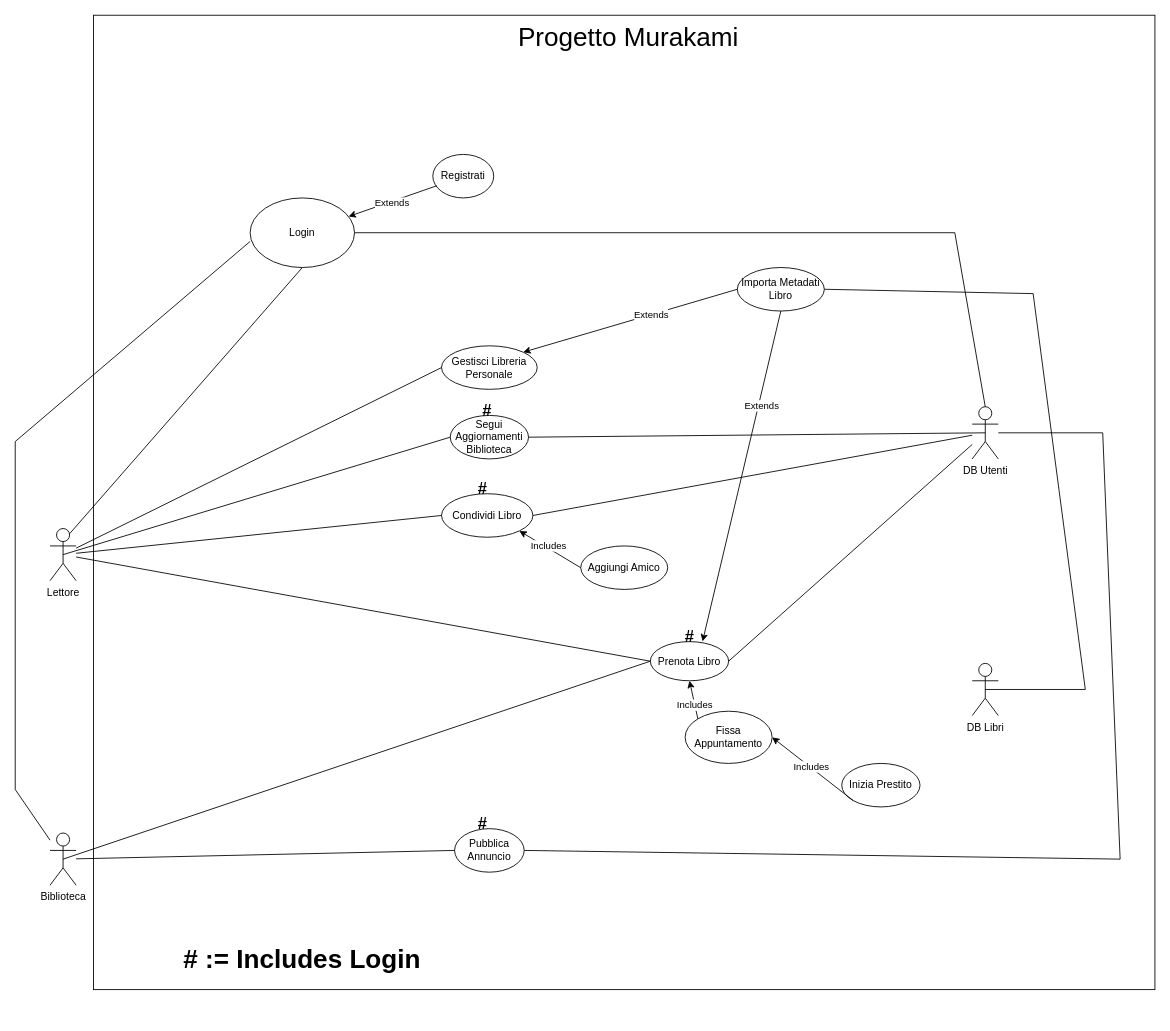
Above: page "UC Diagram Attuale" (1 of 2) of Casi d'uso/Diagrammi/Diagramma casi d'uso.drawio in Tom-n7/progettoMurakami (draw.io), before the change. Source tidied: cells renumbered, new cells numbered last; positions are measured from the earlier drawing's top-left corner, leaving out a move shared by most shapes. Both pictures are drawn from the tidied source at 87%, with x=0, y=0 at pixel (15, 15).
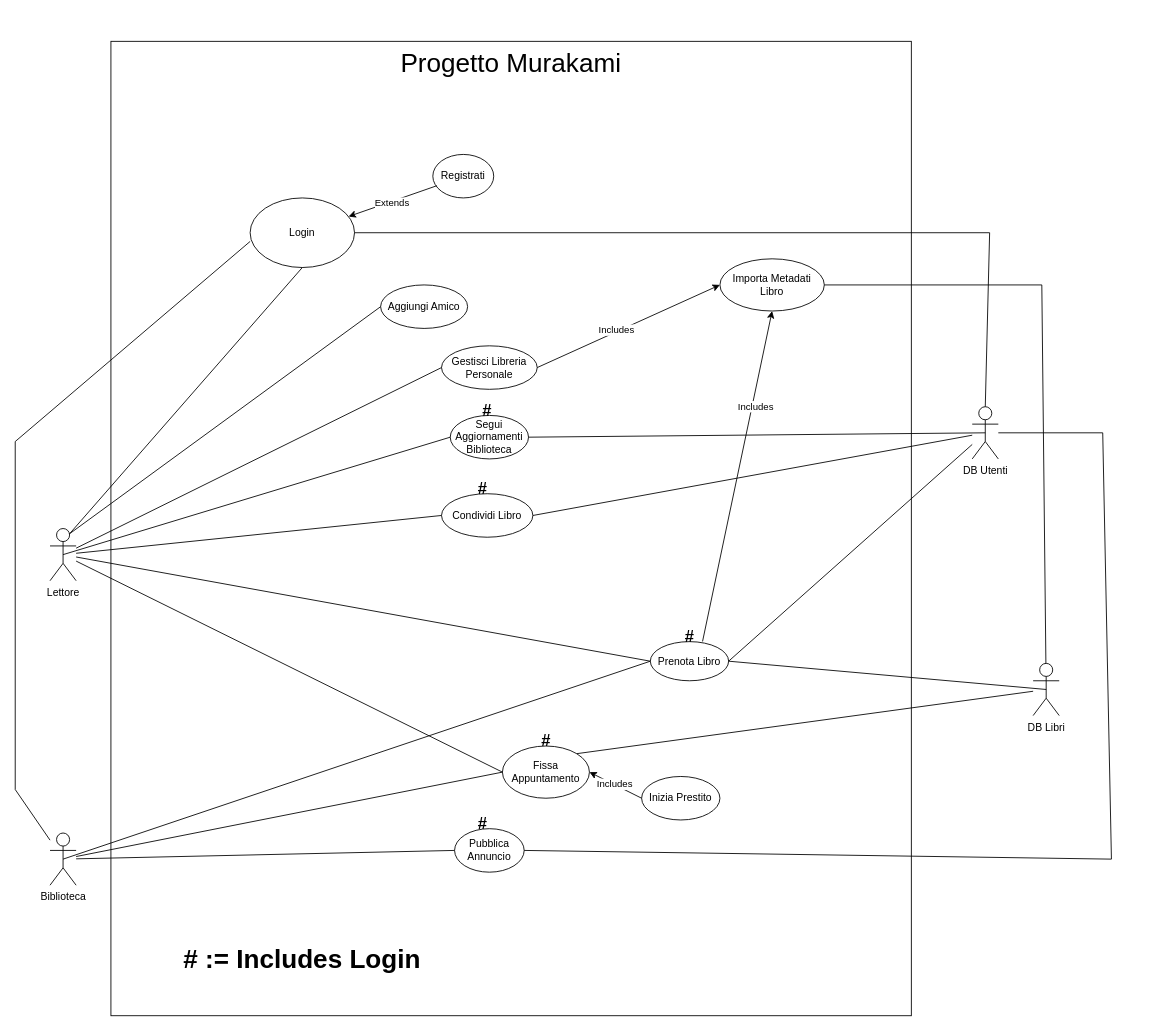
The same diagram, later.

Unchanged cells that the change refers to:
```xml
<mxCell id="3" value="&lt;div&gt;Lettore&lt;/div&gt;&lt;div&gt;&lt;br&gt;&lt;/div&gt;" style="shape=umlActor;verticalLabelPosition=bottom;verticalAlign=top;html=1;outlineConnect=0;" parent="1" vertex="1">
  <mxGeometry x="40" y="590" width="30" height="60" as="geometry" />
</mxCell>
<mxCell id="5" value="Biblioteca" style="shape=umlActor;verticalLabelPosition=bottom;verticalAlign=top;html=1;outlineConnect=0;" parent="1" vertex="1">
  <mxGeometry x="40" y="940" width="30" height="60" as="geometry" />
</mxCell>
<mxCell id="6" value="DB Utenti" style="shape=umlActor;verticalLabelPosition=bottom;verticalAlign=top;html=1;outlineConnect=0;" parent="1" vertex="1">
  <mxGeometry x="1100" y="450" width="30" height="60" as="geometry" />
</mxCell>
<mxCell id="7" value="&lt;font&gt;Gestisci Libreria Personale&lt;/font&gt;" style="ellipse;whiteSpace=wrap;html=1;" parent="1" vertex="1">
  <mxGeometry x="490" y="380" width="110" height="50" as="geometry" />
</mxCell>
<mxCell id="12" value="Condividi Libro" style="ellipse;whiteSpace=wrap;html=1;" parent="1" vertex="1">
  <mxGeometry x="490" y="550" width="105" height="50" as="geometry" />
</mxCell>
<mxCell id="22" value="Prenota Libro" style="ellipse;whiteSpace=wrap;html=1;" parent="1" vertex="1">
  <mxGeometry x="730" y="720" width="90" height="45" as="geometry" />
</mxCell>
<mxCell id="32" value="Pubblica Annuncio" style="ellipse;whiteSpace=wrap;html=1;" parent="1" vertex="1">
  <mxGeometry x="505" y="935" width="80" height="50" as="geometry" />
</mxCell>
<mxCell id="35" value="Login" style="ellipse;whiteSpace=wrap;html=1;" parent="1" vertex="1">
  <mxGeometry x="270" y="210" width="120" height="80" as="geometry" />
</mxCell>
```

What changed in the source:
```diff
@@
     <mxCell id="2" style="rounded=0;whiteSpace=wrap;html=1;" parent="1" vertex="1">
-      <mxGeometry x="90" width="1220" height="1120" as="geometry" />
+      <mxGeometry x="110" y="30" width="920" height="1120" as="geometry" />
     </mxCell>
@@
     <mxCell id="4" value="DB Libri" style="shape=umlActor;verticalLabelPosition=bottom;verticalAlign=top;html=1;outlineConnect=0;" parent="1" vertex="1">
-      <mxGeometry x="1100" y="745" width="30" height="60" as="geometry" />
+      <mxGeometry x="1170" y="745" width="30" height="60" as="geometry" />
     </mxCell>
@@
     <mxCell id="15" value="Aggiungi Amico" style="ellipse;whiteSpace=wrap;html=1;" parent="1" vertex="1">
-      <mxGeometry x="650" y="610" width="100" height="50" as="geometry" />
+      <mxGeometry x="420" y="310" width="100" height="50" as="geometry" />
     </mxCell>
-    <mxCell id="16" style="endArrow=classic;html=1;rounded=0;exitX=0;exitY=0.5;exitDx=0;exitDy=0;entryX=1;entryY=1;entryDx=0;entryDy=0;" parent="1" edge="1" source="15" target="12">
-      <mxGeometry relative="1" as="geometry" />
-    </mxCell>
-    <mxCell id="17" value="Includes" style="edgeLabel;html=1;align=center;verticalAlign=middle;" parent="16" vertex="1">
-      <mxGeometry x="0.1" y="-3" relative="1" as="geometry" />
-    </mxCell>
-    <mxCell id="18" style="endArrow=classic;html=1;rounded=0;entryX=1;entryY=0;entryDx=0;entryDy=0;exitX=0;exitY=0.5;exitDx=0;exitDy=0;" parent="1" edge="1" source="20" target="7">
-      <mxGeometry relative="1" as="geometry" />
-    </mxCell>
-    <mxCell id="19" value="Extends" style="edgeLabel;html=1;align=center;verticalAlign=middle;" parent="18" vertex="1">
-      <mxGeometry x="-0.2" y="-1" relative="1" as="geometry" />
-    </mxCell>
     <mxCell id="20" value="Importa Metadati Libro" style="ellipse;whiteSpace=wrap;html=1;" parent="1" vertex="1">
-      <mxGeometry x="830" y="290" width="100" height="50" as="geometry" />
+      <mxGeometry x="810" y="280" width="120" height="60" as="geometry" />
     </mxCell>
-    <mxCell id="21" style="endArrow=none;html=1;rounded=0;exitX=1;exitY=0.5;exitDx=0;exitDy=0;entryX=0.5;entryY=0.5;entryDx=0;entryDy=0;entryPerimeter=0;" parent="1" edge="1" source="20" target="4">
+    <mxCell id="21" style="endArrow=none;html=1;rounded=0;exitX=1;exitY=0.5;exitDx=0;exitDy=0;" parent="1" edge="1" source="20" target="4">
       <mxGeometry relative="1" as="geometry">
         <Array as="points">
-          <mxPoint x="1170" y="320" />
-          <mxPoint x="1230" y="775" />
+          <mxPoint x="1180" y="310" />
         </Array>
       </mxGeometry>
     </mxCell>
@@
     <mxCell id="26" value="Fissa Appuntamento" style="ellipse;whiteSpace=wrap;html=1;" parent="1" vertex="1">
-      <mxGeometry x="770" y="800" width="100" height="60" as="geometry" />
+      <mxGeometry x="560" y="840" width="100" height="60" as="geometry" />
     </mxCell>
-    <mxCell id="27" style="endArrow=classic;html=1;rounded=0;exitX=0;exitY=0;exitDx=0;exitDy=0;entryX=0.5;entryY=1;entryDx=0;entryDy=0;" parent="1" edge="1" source="26" target="22">
-      <mxGeometry relative="1" as="geometry" />
-    </mxCell>
-    <mxCell id="28" value="Includes" style="edgeLabel;html=1;align=center;verticalAlign=middle;" parent="27" vertex="1">
-      <mxGeometry x="-0.23" y="1" relative="1" as="geometry" />
-    </mxCell>
     <mxCell id="29" value="Inizia Prestito" style="ellipse;whiteSpace=wrap;html=1;" parent="1" vertex="1">
-      <mxGeometry x="950" y="860" width="90" height="50" as="geometry" />
+      <mxGeometry x="720" y="875" width="90" height="50" as="geometry" />
     </mxCell>
-    <mxCell id="30" style="endArrow=classic;html=1;rounded=0;exitX=0;exitY=1;exitDx=0;exitDy=0;entryX=1;entryY=0.5;entryDx=0;entryDy=0;" parent="1" edge="1" source="29" target="26">
+    <mxCell id="30" style="endArrow=classic;html=1;rounded=0;exitX=0;exitY=0.5;exitDx=0;exitDy=0;entryX=1;entryY=0.5;entryDx=0;entryDy=0;" parent="1" edge="1" source="29" target="26">
       <mxGeometry relative="1" as="geometry" />
     </mxCell>
@@
     <mxCell id="34" style="endArrow=none;html=1;rounded=0;exitX=1;exitY=0.5;exitDx=0;exitDy=0;" parent="1" edge="1" source="32" target="6">
       <mxGeometry relative="1" as="geometry">
         <Array as="points">
-          <mxPoint x="1270" y="970" />
+          <mxPoint x="1260" y="970" />
           <mxPoint x="1250" y="480" />
         </Array>
       </mxGeometry>
     </mxCell>
@@
     <mxCell id="41" style="endArrow=none;html=1;rounded=0;exitX=1;exitY=0.5;exitDx=0;exitDy=0;entryX=0.5;entryY=0;entryDx=0;entryDy=0;entryPerimeter=0;" parent="1" edge="1" source="35" target="6">
       <mxGeometry relative="1" as="geometry">
         <Array as="points">
-          <mxPoint x="1080" y="250" />
+          <mxPoint x="1120" y="250" />
         </Array>
       </mxGeometry>
     </mxCell>
@@
     <mxCell id="47" value="&lt;span style=&quot;font-size: 30px;&quot;&gt;Progetto Murakami&lt;/span&gt;" style="text;html=1;whiteSpace=wrap;strokeColor=none;fillColor=none;align=center;verticalAlign=middle;rounded=0;" parent="1" vertex="1">
-      <mxGeometry x="560" width="290" height="50" as="geometry" />
+      <mxGeometry x="425" y="30" width="290" height="50" as="geometry" />
     </mxCell>
-    <mxCell id="48" style="endArrow=classic;html=1;rounded=0;exitX=0.5;exitY=1;exitDx=0;exitDy=0;entryX=0.667;entryY=-0.005;entryDx=0;entryDy=0;entryPerimeter=0;" parent="1" edge="1" source="20" target="22">
+    <mxCell id="48" style="endArrow=none;html=1;rounded=0;exitX=0.5;exitY=1;exitDx=0;exitDy=0;entryX=0.667;entryY=-0.005;entryDx=0;entryDy=0;entryPerimeter=0;startArrow=classic;startFill=1;endFill=0;" parent="1" edge="1" source="20" target="22">
       <mxGeometry relative="1" as="geometry" />
     </mxCell>
-    <mxCell id="49" value="Extends" style="edgeLabel;html=1;align=center;verticalAlign=middle;" parent="48" vertex="1">
+    <mxCell id="49" value="Includes" style="edgeLabel;html=1;align=center;verticalAlign=middle;" parent="48" vertex="1">
       <mxGeometry x="-0.43" y="3" relative="1" as="geometry" />
     </mxCell>
+    <mxCell id="50" style="endArrow=none;html=1;rounded=0;exitX=1;exitY=0.5;exitDx=0;exitDy=0;entryX=0.5;entryY=0.5;entryDx=0;entryDy=0;entryPerimeter=0;" parent="1" edge="1" source="22" target="4">
+      <mxGeometry relative="1" as="geometry" />
+    </mxCell>
+    <mxCell id="51" style="endArrow=classic;html=1;rounded=0;exitX=1;exitY=0.5;exitDx=0;exitDy=0;entryX=0;entryY=0.5;entryDx=0;entryDy=0;" parent="1" edge="1" source="7" target="20">
+      <mxGeometry relative="1" as="geometry" />
+    </mxCell>
+    <mxCell id="52" value="Includes" style="edgeLabel;html=1;align=center;verticalAlign=middle;" parent="51" vertex="1">
+      <mxGeometry x="-0.13" y="2" relative="1" as="geometry" />
+    </mxCell>
+    <mxCell id="53" style="endArrow=none;html=1;rounded=0;entryX=0;entryY=0.5;entryDx=0;entryDy=0;" parent="1" edge="1" source="5" target="26">
+      <mxGeometry relative="1" as="geometry" />
+    </mxCell>
+    <mxCell id="54" style="endArrow=none;html=1;rounded=0;exitX=1;exitY=0;exitDx=0;exitDy=0;" parent="1" edge="1" source="26" target="4">
+      <mxGeometry relative="1" as="geometry" />
+    </mxCell>
+    <mxCell id="55" value="&lt;b&gt;#&lt;/b&gt;" style="text;html=1;whiteSpace=wrap;strokeColor=none;fillColor=none;align=center;verticalAlign=middle;rounded=0;fontSize=19;" parent="1" vertex="1">
+      <mxGeometry x="577.5" y="830" width="65" height="10" as="geometry" />
+    </mxCell>
+    <mxCell id="56" style="endArrow=none;html=1;rounded=0;entryX=0;entryY=0.5;entryDx=0;entryDy=0;" parent="1" edge="1" source="3" target="26">
+      <mxGeometry relative="1" as="geometry" />
+    </mxCell>
+    <mxCell id="57" style="endArrow=none;html=1;rounded=0;exitX=0.75;exitY=0.1;exitDx=0;exitDy=0;exitPerimeter=0;entryX=0;entryY=0.5;entryDx=0;entryDy=0;" parent="1" edge="1" source="3" target="15">
+      <mxGeometry relative="1" as="geometry" />
+    </mxCell>
```
